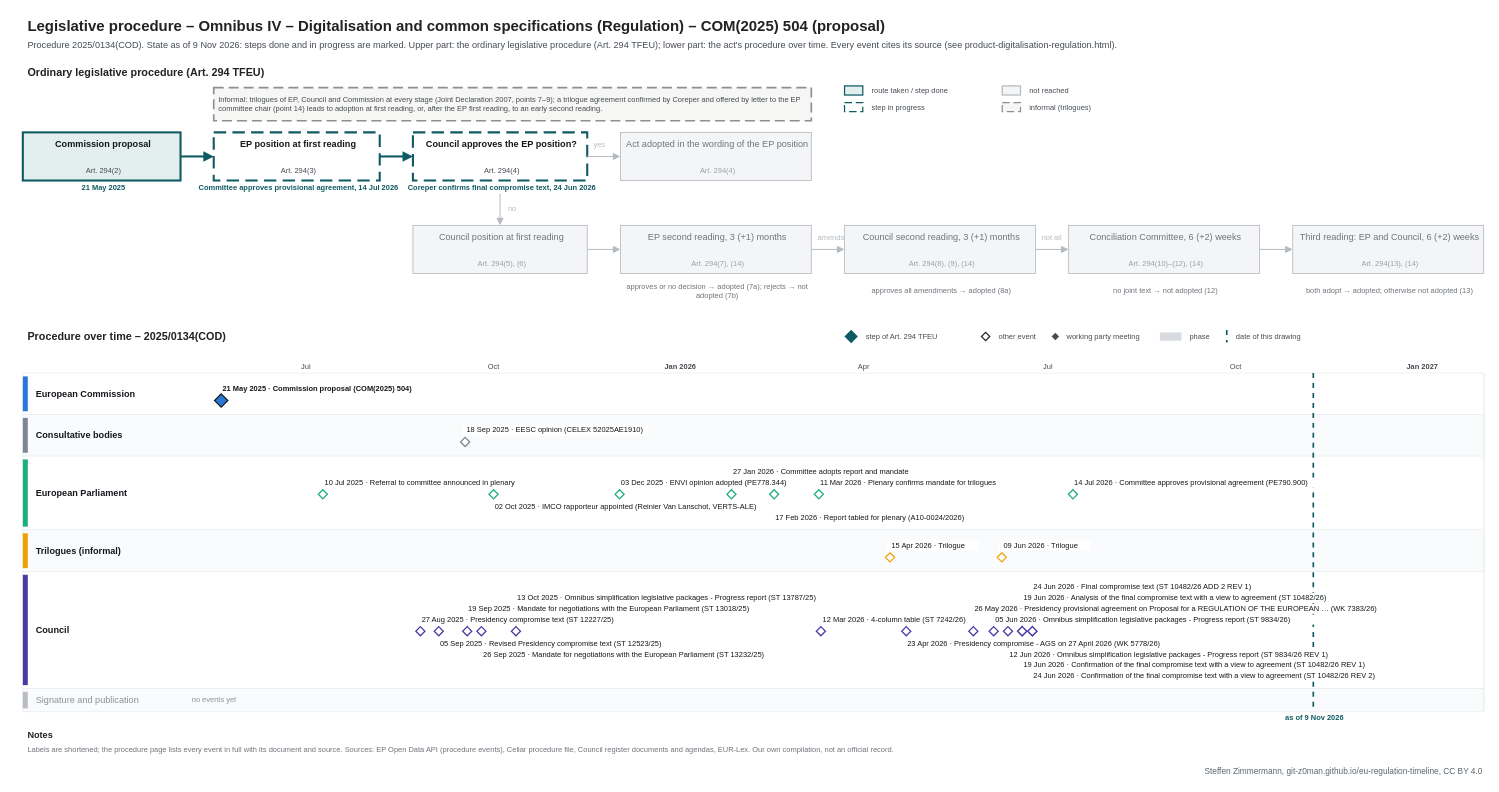
git-z0man/eu-regulation-timeline keeps this draw.io diagram as procedures/product-digitalisation-regulation.drawio. Above is the earlier version. Source tidied: cells renumbered, new cells numbered last; positions are measured from the earlier drawing's top-left corner, leaving out a move shared by most shapes. Both pictures are drawn from the tidied source at 83%, with x=0, y=0 at pixel (14, 14).
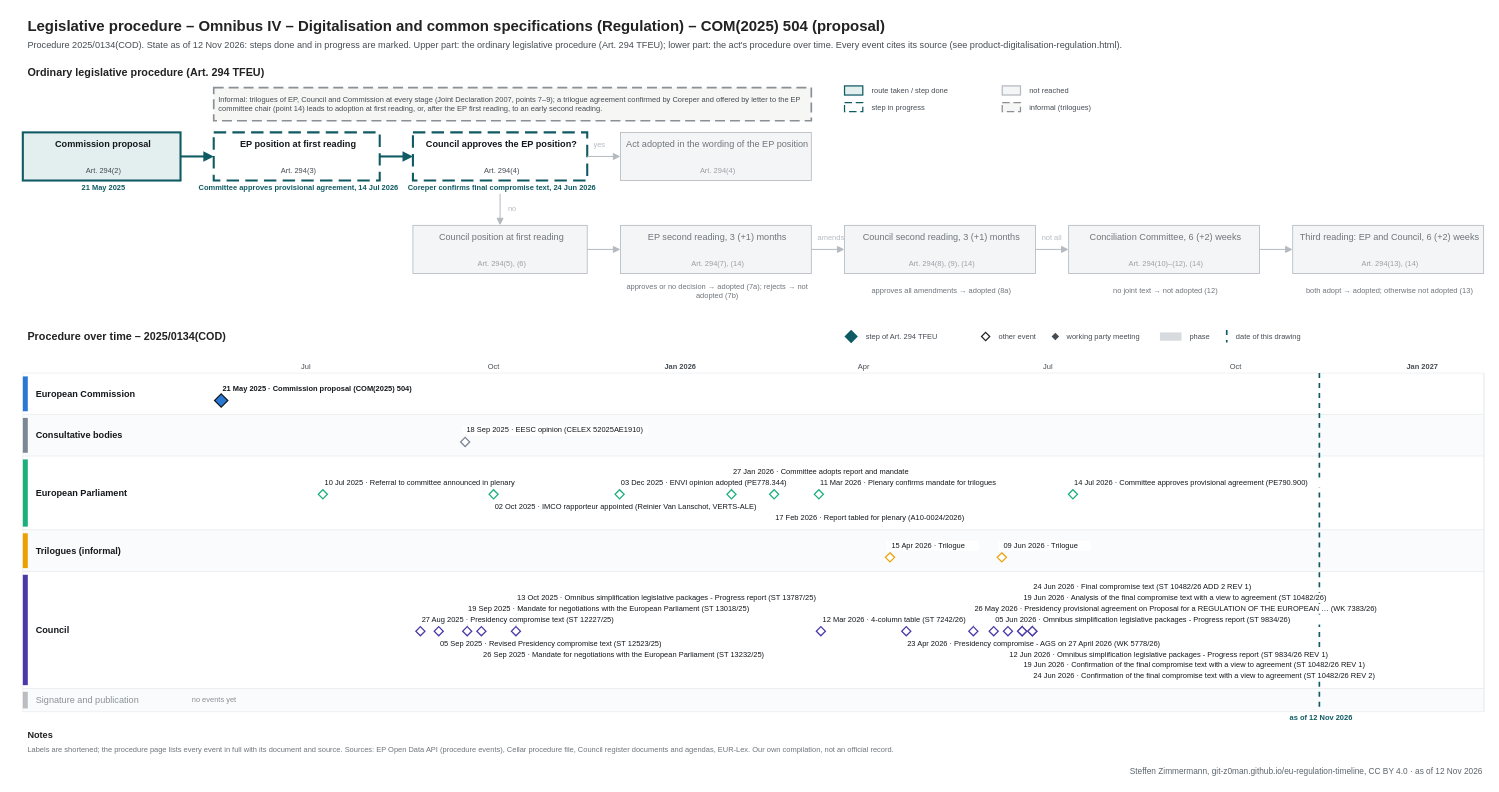
Above is the later version.

Change to the diagram source:
```diff
@@
-    <mxCell id="3" value="Procedure 2025/0134(COD). State as of 9 Nov 2026: steps done and in progress are marked. Upper part: the ordinary legislative procedure (Art. 294 TFEU); lower part: the act's procedure over time. Every event cites its source (see product-digitalisation-regulation.html)." style="text;html=1;fontSize=11;fontColor=#454c53;align=left;verticalAlign=middle;spacingLeft=4;" parent="1" vertex="1">
+    <mxCell id="3" value="Procedure 2025/0134(COD). State as of 12 Nov 2026: steps done and in progress are marked. Upper part: the ordinary legislative procedure (Art. 294 TFEU); lower part: the act's procedure over time. Every event cites its source (see product-digitalisation-regulation.html)." style="text;html=1;fontSize=11;fontColor=#454c53;align=left;verticalAlign=middle;spacingLeft=4;" parent="1" vertex="1">
       <mxGeometry x="10" y="28" width="1700" height="18" as="geometry" />
     </mxCell>
@@
     <mxCell id="120" style="line;html=1;strokeWidth=2;strokeColor=#0f5a63;direction=south;dashed=1;" parent="1" vertex="1">
-      <mxGeometry x="1564.3" y="432" width="1" height="408" as="geometry" />
+      <mxGeometry x="1571.6" y="432" width="1" height="408" as="geometry" />
     </mxCell>
-    <mxCell id="121" value="as of 9 Nov 2026" style="text;html=1;fontSize=9;fontColor=#0f5a63;align=center;verticalAlign=middle;spacingLeft=4;fontStyle=1;" parent="1" vertex="1">
-      <mxGeometry x="1504.3" y="841" width="120" height="12" as="geometry" />
+    <mxCell id="121" value="as of 12 Nov 2026" style="text;html=1;fontSize=9;fontColor=#0f5a63;align=center;verticalAlign=middle;spacingLeft=4;fontStyle=1;" parent="1" vertex="1">
+      <mxGeometry x="1511.6" y="841" width="120" height="12" as="geometry" />
     </mxCell>
@@
-    <mxCell id="185" value="Steffen Zimmermann, git-z0man.github.io/eu-regulation-timeline, CC BY 4.0" style="text;html=1;fontSize=10;fontColor=#5b646b;align=right;verticalAlign=middle;spacingLeft=4;" parent="1" vertex="1">
+    <mxCell id="185" value="Steffen Zimmermann, git-z0man.github.io/eu-regulation-timeline, CC BY 4.0 · as of 12 Nov 2026" style="text;html=1;fontSize=10;fontColor=#5b646b;align=right;verticalAlign=middle;spacingLeft=4;" parent="1" vertex="1">
       <mxGeometry x="10" y="904" width="1760" height="16" as="geometry" />
     </mxCell>
```
